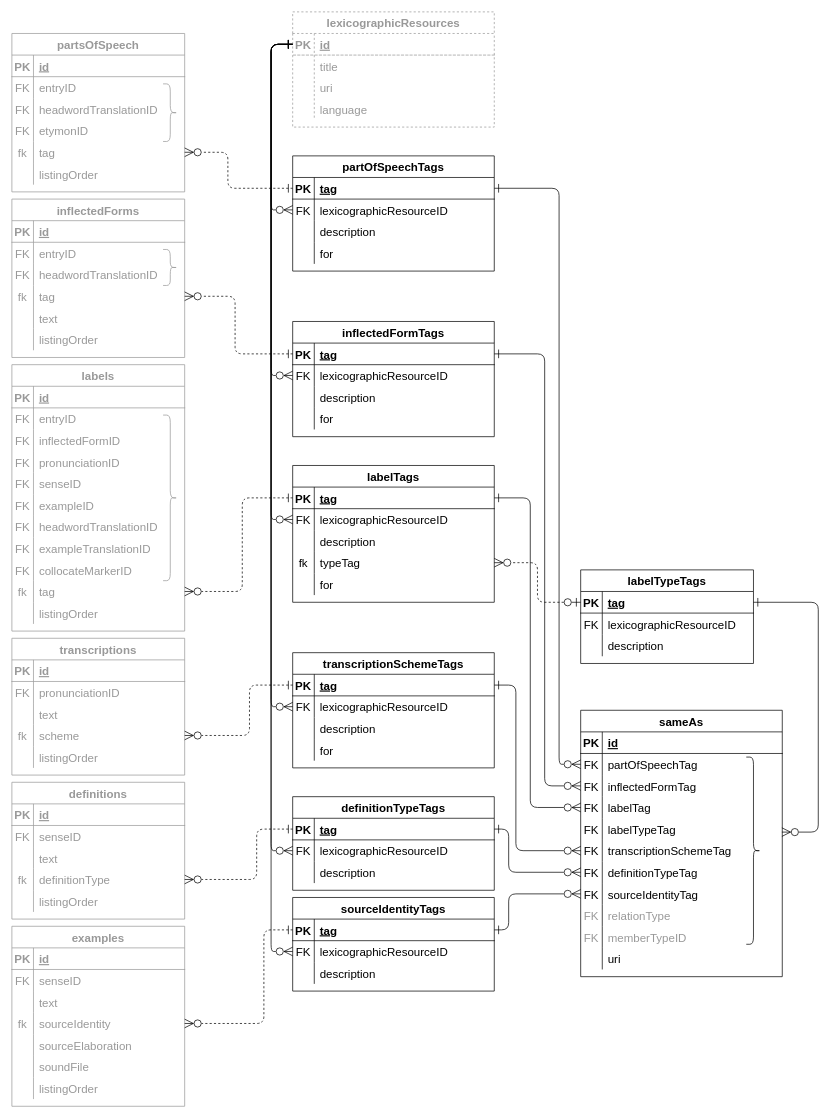
Above: dmlex-v1.0/specification/serializations/RDB/databaseDiagrams/values.drawio in oasis-tcs/lexidma (draw.io), before the change. Source tidied: cells renumbered, new cells numbered last; positions are measured from the earlier drawing's top-left corner, leaving out a move shared by most shapes. Both pictures are drawn from the tidied source at 72%, with x=0, y=0 at pixel (12, 12).
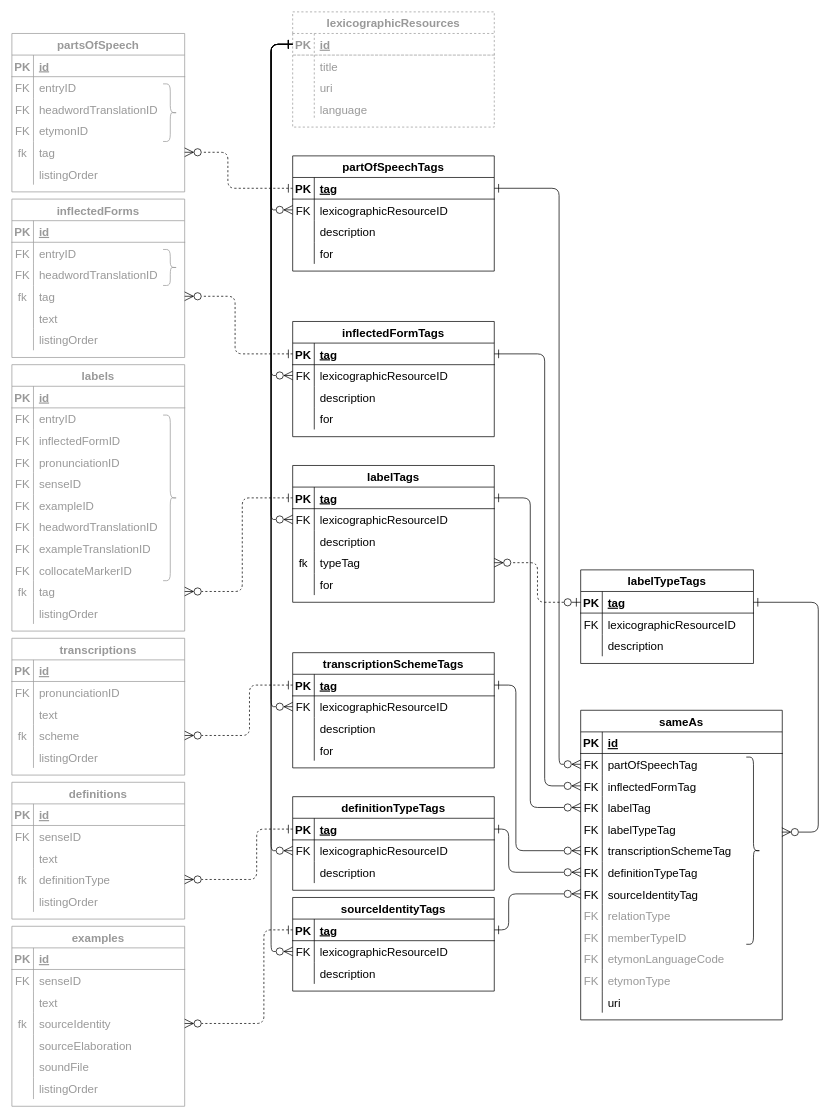
Above is the later version.

What changed in the source:
```diff
@@
     <mxCell id="100" value="sameAs" style="shape=table;startSize=30;childLayout=tableLayout;rowLines=0;fontStyle=1;align=center;fontSize=16;" parent="1" vertex="1">
-      <mxGeometry x="790" y="970" width="280" height="370" as="geometry" />
+      <mxGeometry x="790" y="970" width="280" height="430" as="geometry" />
     </mxCell>
@@
+    <mxCell id="284" style="shape=tableRow;horizontal=0;startSize=0;swimlaneHead=0;swimlaneBody=0;fillColor=none;top=0;left=0;right=0;bottom=0;fontSize=16;" parent="100" vertex="1">
+      <mxGeometry y="330" width="280" height="30" as="geometry" />
+    </mxCell>
+    <mxCell id="285" value="FK" style="shape=partialRectangle;fillColor=none;top=0;left=0;bottom=0;right=0;overflow=hidden;fontSize=16;fontColor=#999999;" parent="284" vertex="1">
+      <mxGeometry width="30" height="30" as="geometry" />
+    </mxCell>
+    <mxCell id="286" value="etymonLanguageCode" style="shape=partialRectangle;fillColor=none;top=0;left=0;bottom=0;right=0;align=left;spacingLeft=6;overflow=hidden;fontSize=16;fontColor=#999999;" parent="284" vertex="1">
+      <mxGeometry x="30" width="250" height="30" as="geometry" />
+    </mxCell>
+    <mxCell id="287" style="shape=tableRow;horizontal=0;startSize=0;swimlaneHead=0;swimlaneBody=0;fillColor=none;top=0;left=0;right=0;bottom=0;fontSize=16;" parent="100" vertex="1">
+      <mxGeometry y="360" width="280" height="30" as="geometry" />
+    </mxCell>
+    <mxCell id="288" value="FK" style="shape=partialRectangle;fillColor=none;top=0;left=0;bottom=0;right=0;overflow=hidden;fontSize=16;fontColor=#999999;" parent="287" vertex="1">
+      <mxGeometry width="30" height="30" as="geometry" />
+    </mxCell>
+    <mxCell id="289" value="etymonType" style="shape=partialRectangle;fillColor=none;top=0;left=0;bottom=0;right=0;align=left;spacingLeft=6;overflow=hidden;fontSize=16;fontColor=#999999;" parent="287" vertex="1">
+      <mxGeometry x="30" width="250" height="30" as="geometry" />
+    </mxCell>
     <mxCell id="131" style="shape=tableRow;horizontal=0;startSize=0;swimlaneHead=0;swimlaneBody=0;fillColor=none;top=0;left=0;right=0;bottom=0;fontSize=16;" parent="100" vertex="1">
-      <mxGeometry y="330" width="280" height="30" as="geometry" />
+      <mxGeometry y="390" width="280" height="30" as="geometry" />
     </mxCell>
```
